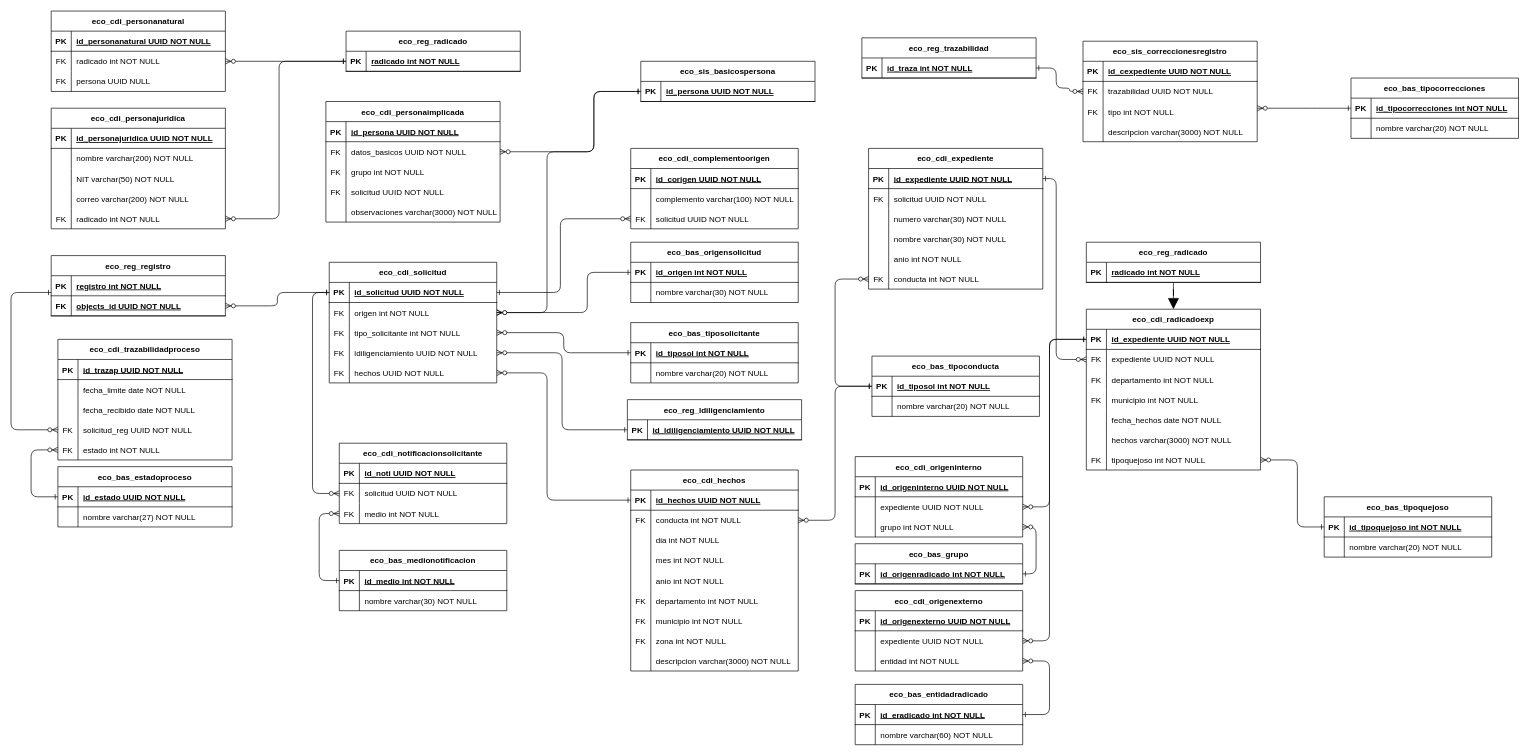
Above: SER/CDI.drawio in HanaPinilla/Diagramas-DB (draw.io), before the change. Source tidied: cells renumbered, new cells numbered last; positions are measured from the earlier drawing's top-left corner, leaving out a move shared by most shapes. Both pictures are drawn from the tidied source at 67%, with x=0, y=0 at pixel (11, 11).
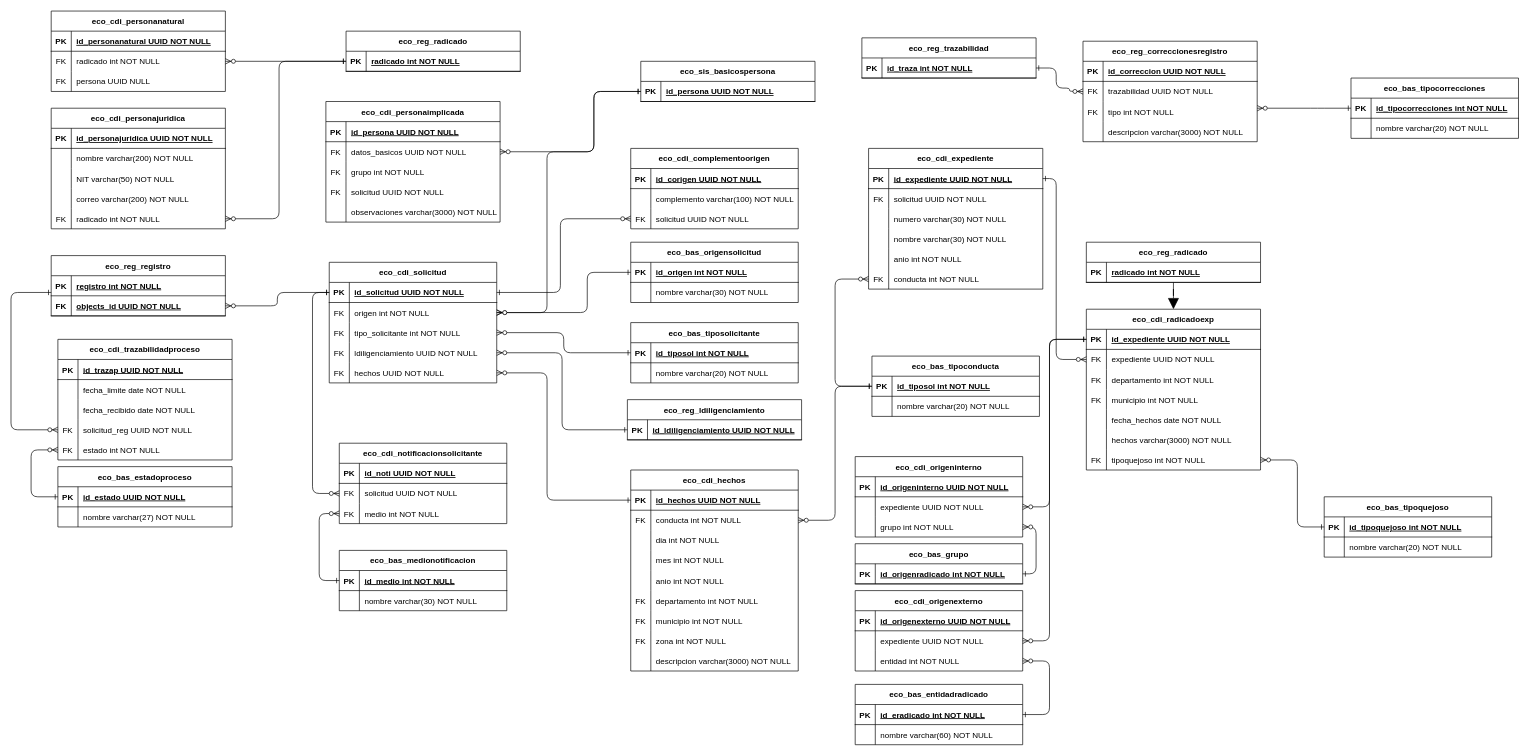
After the change.

Unchanged cells that the change refers to:
```xml
<mxCell id="254" style="shape=partialRectangle;fillColor=none;top=0;left=0;right=0;bottom=1;" parent="253" vertex="1">
  <mxGeometry y="30" width="260" height="30" as="geometry" />
</mxCell>
```

The edit, as a diff of the source:
```diff
@@
-    <mxCell id="253" value="eco_sis_correccionesregistro" style="shape=table;startSize=30;childLayout=tableLayout;rowLines=0;fontStyle=1;align=center;" parent="1" vertex="1">
+    <mxCell id="253" value="eco_reg_correccionesregistro" style="shape=table;startSize=30;childLayout=tableLayout;rowLines=0;fontStyle=1;align=center;" parent="1" vertex="1">
       <mxGeometry x="1599.9" y="45" width="260" height="150" as="geometry" />
     </mxCell>
@@
-    <mxCell id="256" value="id_cexpediente UUID NOT NULL " style="shape=partialRectangle;overflow=hidden;fillColor=none;top=0;left=0;bottom=0;right=0;align=left;spacingLeft=6;fontStyle=5;" parent="254" vertex="1">
+    <mxCell id="256" value="id_correccion UUID NOT NULL " style="shape=partialRectangle;overflow=hidden;fillColor=none;top=0;left=0;bottom=0;right=0;align=left;spacingLeft=6;fontStyle=5;" parent="254" vertex="1">
       <mxGeometry x="30" width="230" height="30" as="geometry" />
     </mxCell>
```
